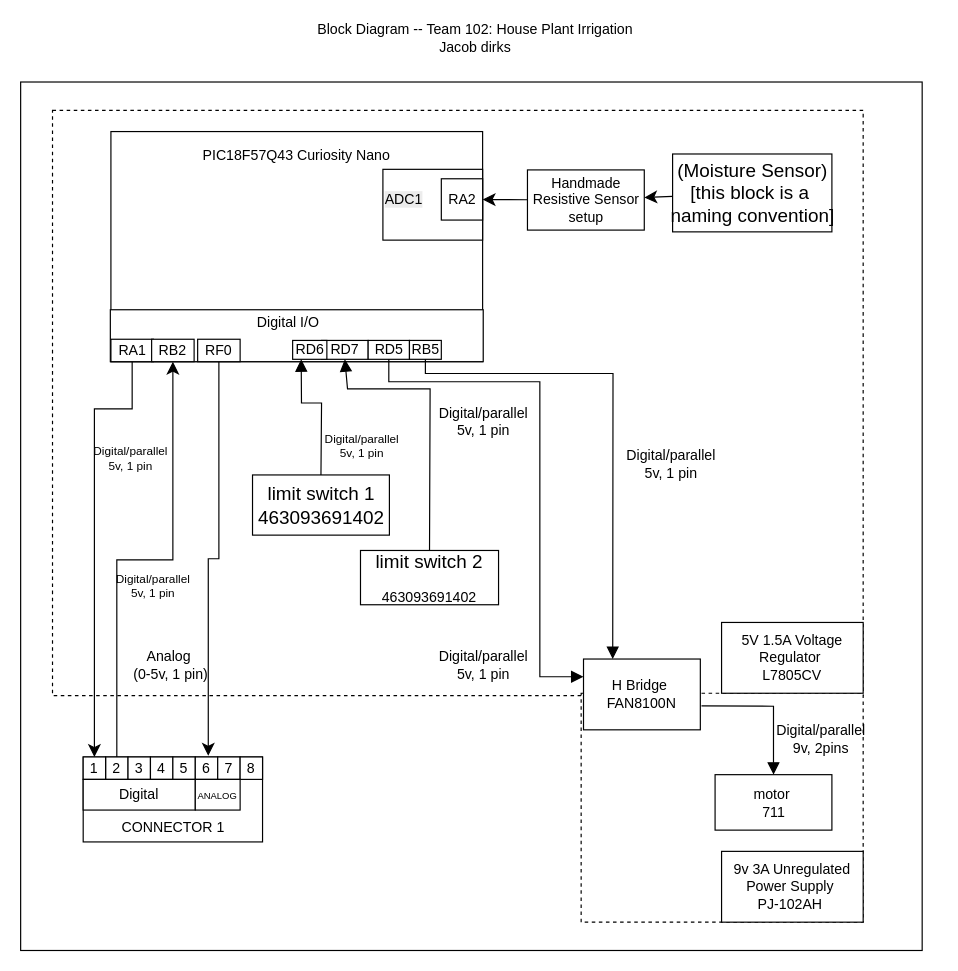
Earlier version of the draw.io diagram docs/01-Block-Diagram/images/DirksBlockDiagram.drawio (JacobDirks/JacobDirks.github.io). Source tidied: cells renumbered, new cells numbered last; positions are measured from the earlier drawing's top-left corner, leaving out a move shared by most shapes. Both pictures are drawn from the tidied source at 118%, with x=0, y=0 at pixel (20, 20).
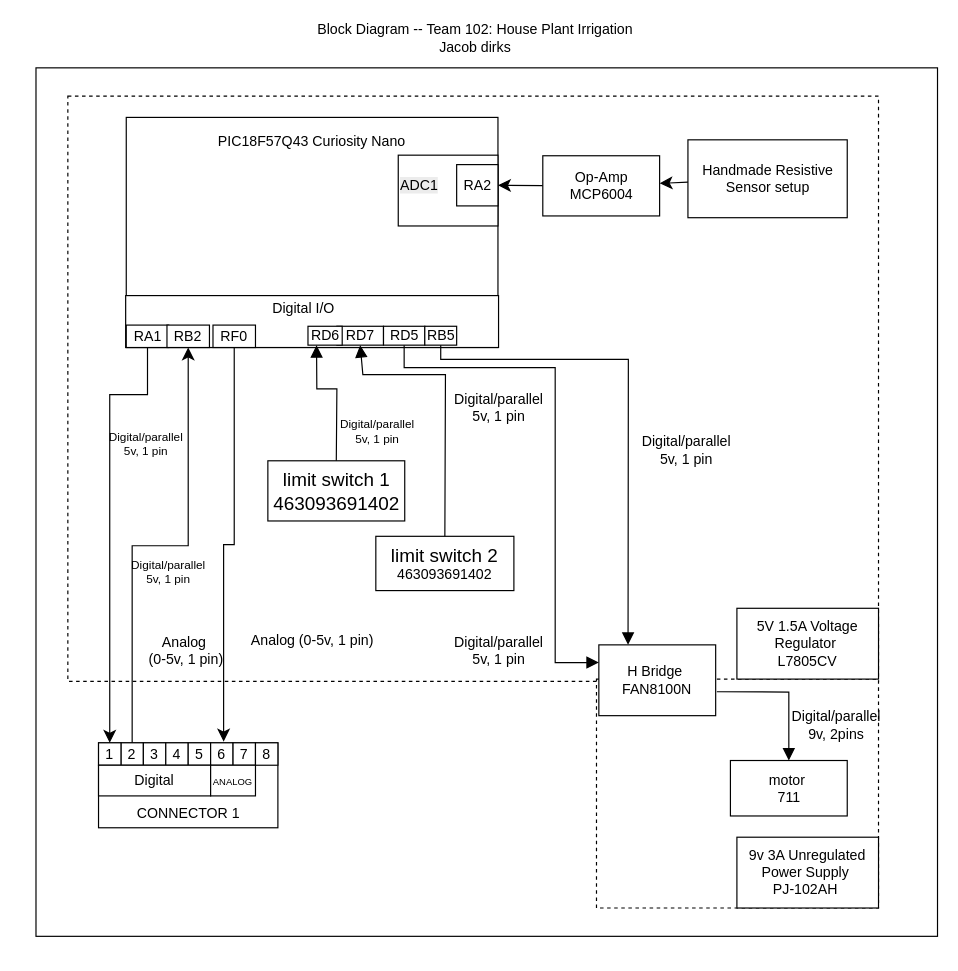
The same page after the edit.

Unchanged cells that the change refers to:
```xml
<mxCell id="13" value="2" style="rounded=0;whiteSpace=wrap;html=1;" parent="11" vertex="1">
  <mxGeometry x="19" width="19" height="19" as="geometry" />
</mxCell>
<mxCell id="20" value="1" style="rounded=0;whiteSpace=wrap;html=1;" parent="11" vertex="1">
  <mxGeometry width="19" height="19" as="geometry" />
</mxCell>
```

What changed in the source:
```diff
@@
-    <mxCell id="3" style="group;" parent="1" vertex="1">
-      <mxGeometry y="52" width="764" height="736" as="geometry" />
-    </mxCell>
+    <mxCell id="60" style="group;" parent="1" vertex="1">
+      <mxGeometry x="13" y="40" width="764" height="736" as="geometry" />
+    </mxCell>
-    <mxCell id="4" style="rounded=0;whiteSpace=wrap;html=1;" parent="3" vertex="1">
+    <mxCell id="4" style="rounded=0;whiteSpace=wrap;html=1;" parent="60" vertex="1">
       <mxGeometry width="764" height="736" as="geometry" />
     </mxCell>
-    <mxCell id="5" style="rounded=0;whiteSpace=wrap;html=1;dashed=1;" parent="3" vertex="1">
+    <mxCell id="5" style="rounded=0;whiteSpace=wrap;html=1;dashed=1;" parent="60" vertex="1">
       <mxGeometry x="27" y="24" width="687" height="496" as="geometry" />
     </mxCell>
-    <mxCell id="6" style="rounded=0;whiteSpace=wrap;html=1;dashed=1;" parent="3" vertex="1">
+    <mxCell id="6" style="rounded=0;whiteSpace=wrap;html=1;dashed=1;" parent="60" vertex="1">
       <mxGeometry x="475" y="518" width="239" height="194" as="geometry" />
     </mxCell>
-    <mxCell id="7" style="edgeStyle=none;curved=1;rounded=0;jettySize=auto;html=1;fontSize=12;startSize=8;endSize=8;" parent="3" edge="1" source="8" target="33">
-      <mxGeometry relative="1" as="geometry" />
-    </mxCell>
-    <mxCell id="8" value="&lt;span style=&quot;font-size: 16px; text-wrap-mode: nowrap;&quot;&gt;(Moisture Sensor)&lt;/span&gt;&lt;div&gt;&lt;span style=&quot;font-size: 16px; text-wrap-mode: nowrap;&quot;&gt;[this block is a&amp;nbsp;&lt;/span&gt;&lt;/div&gt;&lt;div&gt;&lt;span style=&quot;font-size: 16px; text-wrap-mode: nowrap;&quot;&gt;naming convention]&lt;/span&gt;&lt;/div&gt;" style="rounded=0;whiteSpace=wrap;html=1;" parent="3" vertex="1">
-      <mxGeometry x="552.5" y="61" width="135" height="66" as="geometry" />
-    </mxCell>
+    <mxCell id="61" style="edgeStyle=none;curved=1;rounded=0;jettySize=auto;html=1;fontSize=12;startSize=8;endSize=8;" parent="60" edge="1" source="33" target="64">
+      <mxGeometry relative="1" as="geometry" />
+    </mxCell>
+    <mxCell id="33" value="Handmade Resistive Sensor setup" style="rounded=0;whiteSpace=wrap;html=1;" parent="60" vertex="1">
+      <mxGeometry x="552.5" y="61" width="135" height="66" as="geometry" />
+    </mxCell>
-    <mxCell id="9" style="rounded=0;whiteSpace=wrap;html=1;" parent="3" vertex="1">
+    <mxCell id="9" style="rounded=0;whiteSpace=wrap;html=1;" parent="60" vertex="1">
       <mxGeometry x="76.5" y="42" width="315" height="195" as="geometry" />
     </mxCell>
-    <mxCell id="10" style="rounded=0;whiteSpace=wrap;html=1;" parent="3" vertex="1">
+    <mxCell id="10" style="rounded=0;whiteSpace=wrap;html=1;" parent="60" vertex="1">
       <mxGeometry x="307" y="74" width="84.5" height="60" as="geometry" />
     </mxCell>
-    <mxCell id="11" style="group;" parent="3" vertex="1">
+    <mxCell id="11" style="group;" parent="60" vertex="1">
       <mxGeometry x="53" y="572" width="152" height="75" as="geometry" />
     </mxCell>
@@
-    <mxCell id="24" value="PIC18F57Q43 Curiosity Nano" style="text;html=1;align=center;verticalAlign=middle;whiteSpace=wrap;rounded=0;" parent="3" vertex="1">
+    <mxCell id="24" value="PIC18F57Q43 Curiosity Nano" style="text;html=1;align=center;verticalAlign=middle;whiteSpace=wrap;rounded=0;" parent="60" vertex="1">
       <mxGeometry x="150" y="51" width="168" height="23" as="geometry" />
     </mxCell>
-    <mxCell id="25" value="RA2" style="whiteSpace=wrap;html=1;" parent="3" vertex="1">
+    <mxCell id="25" value="RA2" style="whiteSpace=wrap;html=1;" parent="60" vertex="1">
       <mxGeometry x="356.5" y="82" width="35" height="35" as="geometry" />
     </mxCell>
-    <mxCell id="26" style="rounded=0;whiteSpace=wrap;html=1;" parent="3" vertex="1">
+    <mxCell id="26" style="rounded=0;whiteSpace=wrap;html=1;" parent="60" vertex="1">
       <mxGeometry x="76" y="193" width="316" height="44" as="geometry" />
     </mxCell>
-    <mxCell id="27" value="Digital I/O" style="text;html=1;align=center;verticalAlign=middle;whiteSpace=wrap;rounded=0;" parent="3" vertex="1">
+    <mxCell id="27" value="Digital I/O" style="text;html=1;align=center;verticalAlign=middle;whiteSpace=wrap;rounded=0;" parent="60" vertex="1">
       <mxGeometry x="196.5" y="197" width="60" height="14" as="geometry" />
     </mxCell>
-    <mxCell id="28" style="edgeStyle=elbowEdgeStyle;rounded=0;jettySize=auto;html=1;fontSize=12;startSize=8;endSize=8;elbow=vertical;exitX=0.5;exitY=0;exitDx=0;exitDy=0;entryX=0.5;entryY=1;entryDx=0;entryDy=0;" parent="3" edge="1" source="13" target="55">
+    <mxCell id="28" style="edgeStyle=elbowEdgeStyle;rounded=0;jettySize=auto;html=1;fontSize=12;startSize=8;endSize=8;elbow=vertical;exitX=0.5;exitY=0;exitDx=0;exitDy=0;entryX=0.5;entryY=1;entryDx=0;entryDy=0;" parent="60" edge="1" source="13" target="55">
       <mxGeometry relative="1" as="geometry" />
     </mxCell>
-    <mxCell id="29" value="RA1" style="rounded=0;whiteSpace=wrap;html=1;" parent="3" vertex="1">
+    <mxCell id="29" value="RA1" style="rounded=0;whiteSpace=wrap;html=1;" parent="60" vertex="1">
       <mxGeometry x="76.5" y="218" width="36" height="19" as="geometry" />
     </mxCell>
-    <mxCell id="30" style="edgeStyle=elbowEdgeStyle;rounded=0;jettySize=auto;html=1;fontSize=12;startSize=8;endSize=8;elbow=vertical;" parent="3" edge="1" source="31">
-      <mxGeometry relative="1" as="geometry">
-        <mxPoint x="159" y="571" as="targetPoint" />
-      </mxGeometry>
-    </mxCell>
+    <mxCell id="62" style="edgeStyle=elbowEdgeStyle;rounded=0;jettySize=auto;html=1;fontSize=12;startSize=8;endSize=8;elbow=vertical;" parent="60" edge="1" source="31">
+      <mxGeometry relative="1" as="geometry">
+        <mxPoint x="159" y="571" as="targetPoint" />
+      </mxGeometry>
+    </mxCell>
-    <mxCell id="31" value="RF0" style="rounded=0;whiteSpace=wrap;html=1;" parent="3" vertex="1">
+    <mxCell id="31" value="RF0" style="rounded=0;whiteSpace=wrap;html=1;" parent="60" vertex="1">
       <mxGeometry x="150" y="218" width="36" height="19" as="geometry" />
     </mxCell>
-    <mxCell id="32" style="edgeStyle=none;curved=1;rounded=0;jettySize=auto;html=1;fontSize=12;startSize=8;endSize=8;" parent="3" edge="1" source="33" target="25">
-      <mxGeometry relative="1" as="geometry" />
-    </mxCell>
-    <mxCell id="33" value="Handmade Resistive Sensor setup" style="rounded=0;whiteSpace=wrap;html=1;" parent="3" vertex="1">
-      <mxGeometry x="429.5" y="74.5" width="99" height="51" as="geometry" />
-    </mxCell>
+    <mxCell id="63" style="edgeStyle=none;curved=1;rounded=0;jettySize=auto;html=1;fontSize=12;startSize=8;endSize=8;" parent="60" edge="1" source="64" target="25">
+      <mxGeometry relative="1" as="geometry" />
+    </mxCell>
+    <mxCell id="64" value="Op-Amp&lt;div&gt;MCP6004&lt;/div&gt;" style="rounded=0;whiteSpace=wrap;html=1;" parent="60" vertex="1">
+      <mxGeometry x="429.5" y="74.5" width="99" height="51" as="geometry" />
+    </mxCell>
-    <mxCell id="34" value="motor&amp;nbsp;&lt;div&gt;711&lt;/div&gt;" style="rounded=0;whiteSpace=wrap;html=1;" parent="3" vertex="1">
+    <mxCell id="34" value="motor&amp;nbsp;&lt;div&gt;711&lt;/div&gt;" style="rounded=0;whiteSpace=wrap;html=1;" parent="60" vertex="1">
       <mxGeometry x="588.5" y="587" width="99" height="47" as="geometry" />
     </mxCell>
-    <mxCell id="35" value="RD7" style="rounded=0;whiteSpace=wrap;html=1;" parent="3" vertex="1">
+    <mxCell id="35" value="RD7" style="rounded=0;whiteSpace=wrap;html=1;" parent="60" vertex="1">
       <mxGeometry x="255" y="219" width="39.5" height="16" as="geometry" />
     </mxCell>
-    <mxCell id="36" value="RD6" style="rounded=0;whiteSpace=wrap;html=1;" parent="3" vertex="1">
+    <mxCell id="36" value="RD6" style="rounded=0;whiteSpace=wrap;html=1;" parent="60" vertex="1">
       <mxGeometry x="230.5" y="219" width="29" height="16" as="geometry" />
     </mxCell>
-    <mxCell id="37" value="&lt;span style=&quot;font-size: 16px;&quot;&gt;limit switch 1&lt;/span&gt;&lt;br&gt;&lt;span style=&quot;font-size: 16px;&quot;&gt;463093691402&lt;/span&gt;" style="rounded=0;whiteSpace=wrap;html=1;" parent="3" vertex="1">
+    <mxCell id="37" value="&lt;span style=&quot;font-size: 16px;&quot;&gt;limit switch 1&lt;/span&gt;&lt;br&gt;&lt;span style=&quot;font-size: 16px;&quot;&gt;463093691402&lt;/span&gt;" style="rounded=0;whiteSpace=wrap;html=1;" parent="60" vertex="1">
       <mxGeometry x="196.5" y="333" width="116" height="51" as="geometry" />
     </mxCell>
-    <mxCell id="38" value="&lt;span style=&quot;font-size: 16px;&quot;&gt;limit switch 2&lt;/span&gt;&lt;div&gt;&lt;br&gt;&lt;/div&gt;&lt;div&gt;463093691402&lt;/div&gt;" style="rounded=0;whiteSpace=wrap;html=1;" parent="3" vertex="1">
+    <mxCell id="38" value="&lt;span style=&quot;font-size: 16px;&quot;&gt;limit switch 2&lt;/span&gt;&lt;div&gt;463093691402&lt;/div&gt;" style="rounded=0;whiteSpace=wrap;html=1;" parent="60" vertex="1">
       <mxGeometry x="288" y="397" width="117" height="46" as="geometry" />
     </mxCell>
-    <mxCell id="39" style="html=1;verticalAlign=bottom;endArrow=block;curved=0;rounded=0;fontSize=12;startSize=8;endSize=8;exitX=0.5;exitY=0;exitDx=0;exitDy=0;entryX=0.25;entryY=1;entryDx=0;entryDy=0;" parent="3" edge="1" source="37" target="36">
+    <mxCell id="39" style="html=1;verticalAlign=bottom;endArrow=block;curved=0;rounded=0;fontSize=12;startSize=8;endSize=8;exitX=0.5;exitY=0;exitDx=0;exitDy=0;entryX=0.25;entryY=1;entryDx=0;entryDy=0;" parent="60" edge="1" source="37" target="36">
       <mxGeometry x="0.22" y="59" relative="1" as="geometry">
         <Array as="points">
           <mxPoint x="255" y="272" />
           <mxPoint x="238" y="272" />
         </Array>
       </mxGeometry>
     </mxCell>
-    <mxCell id="40" style="html=1;verticalAlign=bottom;endArrow=block;curved=0;rounded=0;fontSize=12;startSize=8;endSize=8;entryX=0.5;entryY=1;entryDx=0;entryDy=0;exitX=0.5;exitY=0;exitDx=0;exitDy=0;" parent="3" edge="1" source="38" target="35">
+    <mxCell id="40" style="html=1;verticalAlign=bottom;endArrow=block;curved=0;rounded=0;fontSize=12;startSize=8;endSize=8;entryX=0.5;entryY=1;entryDx=0;entryDy=0;exitX=0.5;exitY=0;exitDx=0;exitDy=0;" parent="60" edge="1" source="38" target="35">
       <mxGeometry x="0.22" y="59" relative="1" as="geometry">
         <Array as="points">
           <mxPoint x="347" y="260" />
           <mxPoint x="277" y="260" />
         </Array>
       </mxGeometry>
     </mxCell>
-    <mxCell id="41" value="RD5" style="rounded=0;whiteSpace=wrap;html=1;" parent="3" vertex="1">
+    <mxCell id="41" value="RD5" style="rounded=0;whiteSpace=wrap;html=1;" parent="60" vertex="1">
       <mxGeometry x="294.5" y="219" width="35" height="16" as="geometry" />
     </mxCell>
-    <mxCell id="42" value="RB5" style="rounded=0;whiteSpace=wrap;html=1;" parent="3" vertex="1">
+    <mxCell id="42" value="RB5" style="rounded=0;whiteSpace=wrap;html=1;" parent="60" vertex="1">
       <mxGeometry x="329.5" y="219" width="27" height="16" as="geometry" />
     </mxCell>
-    <mxCell id="43" value="H Bridge&amp;nbsp;&lt;br&gt;FAN8100N" style="rounded=0;whiteSpace=wrap;html=1;" parent="3" vertex="1">
+    <mxCell id="43" value="H Bridge&amp;nbsp;&lt;br&gt;FAN8100N" style="rounded=0;whiteSpace=wrap;html=1;" parent="60" vertex="1">
       <mxGeometry x="477" y="489" width="99" height="60" as="geometry" />
     </mxCell>
-    <mxCell id="44" style="html=1;verticalAlign=bottom;endArrow=block;curved=0;rounded=0;fontSize=12;startSize=8;endSize=8;entryX=0;entryY=0.25;entryDx=0;entryDy=0;exitX=0.5;exitY=1;exitDx=0;exitDy=0;" parent="3" edge="1" source="41" target="43">
+    <mxCell id="44" style="html=1;verticalAlign=bottom;endArrow=block;curved=0;rounded=0;fontSize=12;startSize=8;endSize=8;entryX=0;entryY=0.25;entryDx=0;entryDy=0;exitX=0.5;exitY=1;exitDx=0;exitDy=0;" parent="60" edge="1" source="41" target="43">
       <mxGeometry x="0.22" y="59" relative="1" as="geometry">
         <Array as="points">
           <mxPoint x="312" y="254" />
           <mxPoint x="440" y="254" />
           <mxPoint x="440" y="504" />
         </Array>
       </mxGeometry>
     </mxCell>
-    <mxCell id="45" style="html=1;verticalAlign=bottom;endArrow=block;curved=0;rounded=0;fontSize=12;startSize=8;endSize=8;entryX=0.25;entryY=0;entryDx=0;entryDy=0;exitX=0.5;exitY=1;exitDx=0;exitDy=0;" parent="3" edge="1" source="42" target="43">
+    <mxCell id="45" style="html=1;verticalAlign=bottom;endArrow=block;curved=0;rounded=0;fontSize=12;startSize=8;endSize=8;entryX=0.25;entryY=0;entryDx=0;entryDy=0;exitX=0.5;exitY=1;exitDx=0;exitDy=0;" parent="60" edge="1" source="42" target="43">
       <mxGeometry x="0.22" y="59" relative="1" as="geometry">
         <Array as="points">
           <mxPoint x="343" y="247" />
           <mxPoint x="502" y="247" />
         </Array>
       </mxGeometry>
     </mxCell>
-    <mxCell id="46" value="&lt;span style=&quot;color: rgb(0, 0, 0); font-family: Helvetica; font-size: 12px; font-style: normal; font-variant-ligatures: normal; font-variant-caps: normal; font-weight: 400; letter-spacing: normal; orphans: 2; text-align: center; text-indent: 0px; text-transform: none; widows: 2; word-spacing: 0px; -webkit-text-stroke-width: 0px; white-space: normal; background-color: rgb(236, 236, 236); text-decoration-thickness: initial; text-decoration-style: initial; text-decoration-color: initial; float: none; display: inline !important;&quot;&gt;ADC1&lt;/span&gt;" style="text;whiteSpace=wrap;html=1;" parent="3" vertex="1">
+    <mxCell id="46" value="&lt;span style=&quot;color: rgb(0, 0, 0); font-family: Helvetica; font-size: 12px; font-style: normal; font-variant-ligatures: normal; font-variant-caps: normal; font-weight: 400; letter-spacing: normal; orphans: 2; text-align: center; text-indent: 0px; text-transform: none; widows: 2; word-spacing: 0px; -webkit-text-stroke-width: 0px; white-space: normal; background-color: rgb(236, 236, 236); text-decoration-thickness: initial; text-decoration-style: initial; text-decoration-color: initial; float: none; display: inline !important;&quot;&gt;ADC1&lt;/span&gt;" style="text;whiteSpace=wrap;html=1;" parent="60" vertex="1">
       <mxGeometry x="307" y="86" width="60" height="36" as="geometry" />
     </mxCell>
-    <mxCell id="47" value="5V 1.5A Voltage Regulator&amp;nbsp;&lt;div&gt;L7805CV&lt;/div&gt;" style="rounded=0;whiteSpace=wrap;html=1;" parent="3" vertex="1">
+    <mxCell id="47" value="5V 1.5A Voltage Regulator&amp;nbsp;&lt;div&gt;L7805CV&lt;/div&gt;" style="rounded=0;whiteSpace=wrap;html=1;" parent="60" vertex="1">
       <mxGeometry x="594" y="458" width="120" height="60" as="geometry" />
     </mxCell>
-    <mxCell id="48" value="9v 3A Unregulated Power Supply&amp;nbsp;&lt;div&gt;&lt;span style=&quot;white-space: pre; white-space: normal;&quot;&gt;&#9;&lt;/span&gt;&lt;/div&gt;&lt;div&gt;&lt;span style=&quot;background-color: transparent;&quot;&gt;PJ-102AH&lt;/span&gt;&amp;nbsp;&lt;/div&gt;" style="rounded=0;whiteSpace=wrap;html=1;" parent="3" vertex="1">
+    <mxCell id="48" value="9v 3A Unregulated Power Supply&amp;nbsp;&lt;div&gt;&lt;span style=&quot;white-space: pre; white-space: normal;&quot;&gt;&#9;&lt;/span&gt;&lt;/div&gt;&lt;div&gt;&lt;span style=&quot;background-color: transparent;&quot;&gt;PJ-102AH&lt;/span&gt;&amp;nbsp;&lt;/div&gt;" style="rounded=0;whiteSpace=wrap;html=1;" parent="60" vertex="1">
       <mxGeometry x="594" y="652" width="120" height="60" as="geometry" />
     </mxCell>
-    <mxCell id="49" style="html=1;verticalAlign=bottom;endArrow=block;curved=0;rounded=0;fontSize=12;startSize=8;endSize=8;entryX=0.5;entryY=0;entryDx=0;entryDy=0;exitX=1.01;exitY=0.662;exitDx=0;exitDy=0;exitPerimeter=0;" parent="3" edge="1" source="43" target="34">
+    <mxCell id="49" style="html=1;verticalAlign=bottom;endArrow=block;curved=0;rounded=0;fontSize=12;startSize=8;endSize=8;entryX=0.5;entryY=0;entryDx=0;entryDy=0;exitX=1.01;exitY=0.662;exitDx=0;exitDy=0;exitPerimeter=0;" parent="60" edge="1" source="43" target="34">
       <mxGeometry x="0.22" y="59" relative="1" as="geometry">
         <Array as="points">
           <mxPoint x="638" y="529" />
         </Array>
       </mxGeometry>
     </mxCell>
-    <mxCell id="50" value="Digital/parallel&lt;div&gt;9v, 2pins&lt;/div&gt;" style="text;html=1;align=center;verticalAlign=middle;strokeColor=none;fillColor=none;fontSize=12;" parent="3" vertex="1">
+    <mxCell id="50" value="Digital/parallel&lt;div&gt;9v, 2pins&lt;/div&gt;" style="text;html=1;align=center;verticalAlign=middle;strokeColor=none;fillColor=none;fontSize=12;" parent="60" vertex="1">
       <mxGeometry x="631" y="536" width="93" height="41" as="geometry" />
     </mxCell>
-    <mxCell id="51" value="Digital/parallel&lt;div&gt;5v, 1 pin&lt;/div&gt;" style="text;html=1;align=center;verticalAlign=middle;strokeColor=none;fillColor=none;fontSize=12;" parent="3" vertex="1">
+    <mxCell id="51" value="Digital/parallel&lt;div&gt;5v, 1 pin&lt;/div&gt;" style="text;html=1;align=center;verticalAlign=middle;strokeColor=none;fillColor=none;fontSize=12;" parent="60" vertex="1">
       <mxGeometry x="345" y="473" width="93" height="41" as="geometry" />
     </mxCell>
-    <mxCell id="52" value="Digital/parallel&lt;div&gt;5v, 1 pin&lt;/div&gt;" style="text;html=1;align=center;verticalAlign=middle;strokeColor=none;fillColor=none;fontSize=12;" parent="3" vertex="1">
+    <mxCell id="52" value="Digital/parallel&lt;div&gt;5v, 1 pin&lt;/div&gt;" style="text;html=1;align=center;verticalAlign=middle;strokeColor=none;fillColor=none;fontSize=12;" parent="60" vertex="1">
       <mxGeometry x="504" y="303" width="93" height="41" as="geometry" />
     </mxCell>
-    <mxCell id="53" value="Digital/parallel&lt;div&gt;5v, 1 pin&lt;/div&gt;" style="text;html=1;align=center;verticalAlign=middle;strokeColor=none;fillColor=none;fontSize=12;" parent="3" vertex="1">
+    <mxCell id="53" value="Digital/parallel&lt;div&gt;5v, 1 pin&lt;/div&gt;" style="text;html=1;align=center;verticalAlign=middle;strokeColor=none;fillColor=none;fontSize=12;" parent="60" vertex="1">
       <mxGeometry x="345" y="267" width="93" height="41" as="geometry" />
     </mxCell>
-    <mxCell id="54" value="Digital/parallel&lt;div&gt;5v, 1 pin&lt;/div&gt;" style="text;html=1;align=center;verticalAlign=middle;strokeColor=none;fillColor=none;fontSize=10;" parent="3" vertex="1">
+    <mxCell id="54" value="Digital/parallel&lt;div&gt;5v, 1 pin&lt;/div&gt;" style="text;html=1;align=center;verticalAlign=middle;strokeColor=none;fillColor=none;fontSize=10;" parent="60" vertex="1">
       <mxGeometry x="65" y="406" width="93" height="41" as="geometry" />
     </mxCell>
+    <mxCell id="65" value="&lt;div&gt;Analog (0-5v, 1 pin)&lt;/div&gt;" style="text;html=1;align=center;verticalAlign=middle;strokeColor=none;fillColor=none;fontSize=12;" parent="60" vertex="1">
+      <mxGeometry x="173" y="473" width="122" height="26" as="geometry" />
+    </mxCell>
-    <mxCell id="55" value="RB2" style="rounded=0;whiteSpace=wrap;html=1;" parent="3" vertex="1">
+    <mxCell id="55" value="RB2" style="rounded=0;whiteSpace=wrap;html=1;" parent="60" vertex="1">
       <mxGeometry x="111" y="218" width="36" height="19" as="geometry" />
     </mxCell>
-    <mxCell id="56" style="edgeStyle=elbowEdgeStyle;rounded=0;jettySize=auto;html=1;entryX=0.5;entryY=0;entryDx=0;entryDy=0;fontSize=12;startSize=8;endSize=8;elbow=vertical;exitX=0.5;exitY=1;exitDx=0;exitDy=0;" parent="3" edge="1" source="29" target="20">
+    <mxCell id="56" style="edgeStyle=elbowEdgeStyle;rounded=0;jettySize=auto;html=1;entryX=0.5;entryY=0;entryDx=0;entryDy=0;fontSize=12;startSize=8;endSize=8;elbow=vertical;exitX=0.5;exitY=1;exitDx=0;exitDy=0;" parent="60" edge="1" source="29" target="20">
       <mxGeometry relative="1" as="geometry">
         <Array as="points">
           <mxPoint x="90" y="277" />
           <mxPoint x="71" y="379" />
         </Array>
       </mxGeometry>
     </mxCell>
-    <mxCell id="57" value="Digital/parallel&lt;div&gt;5v, 1 pin&lt;/div&gt;" style="text;html=1;align=center;verticalAlign=middle;strokeColor=none;fillColor=none;fontSize=10;" parent="3" vertex="1">
+    <mxCell id="57" value="Digital/parallel&lt;div&gt;5v, 1 pin&lt;/div&gt;" style="text;html=1;align=center;verticalAlign=middle;strokeColor=none;fillColor=none;fontSize=10;" parent="60" vertex="1">
       <mxGeometry x="46" y="298" width="93" height="41" as="geometry" />
     </mxCell>
-    <mxCell id="58" value="Digital/parallel&lt;div&gt;5v, 1 pin&lt;/div&gt;" style="text;html=1;align=center;verticalAlign=middle;strokeColor=none;fillColor=none;fontSize=10;" parent="3" vertex="1">
+    <mxCell id="58" value="Digital/parallel&lt;div&gt;5v, 1 pin&lt;/div&gt;" style="text;html=1;align=center;verticalAlign=middle;strokeColor=none;fillColor=none;fontSize=10;" parent="60" vertex="1">
       <mxGeometry x="242" y="287" width="93" height="41" as="geometry" />
     </mxCell>
-    <mxCell id="59" value="Analog&amp;nbsp;&lt;div&gt;(0-5v, 1 pin)&lt;/div&gt;" style="text;html=1;align=center;verticalAlign=middle;strokeColor=none;fillColor=none;fontSize=12;" parent="3" vertex="1">
+    <mxCell id="59" value="Analog&amp;nbsp;&lt;div&gt;(0-5v, 1 pin)&lt;/div&gt;" style="text;html=1;align=center;verticalAlign=middle;strokeColor=none;fillColor=none;fontSize=12;" parent="60" vertex="1">
       <mxGeometry x="86" y="473" width="81" height="41" as="geometry" />
     </mxCell>
```
